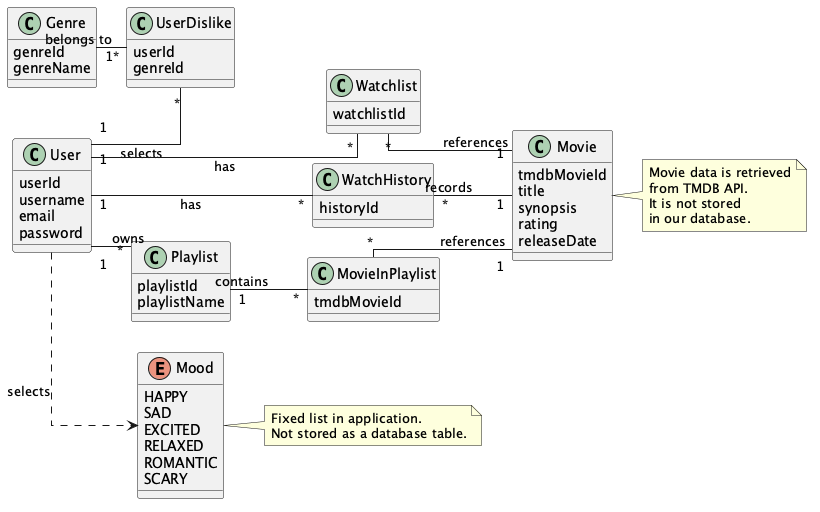
This is docs/diagrams/png/02_domain_model.png from YathichaC/movie-mood, a PlantUML export, as it was before one commit. Its diagram source:
```plantuml
@startuml DomainModel_MovieRecommendation

left to right direction

skinparam classAttributeIconSize 0
skinparam packageStyle rectangle
skinparam linetype ortho
skinparam nodesep 30
skinparam ranksep 30

class User {
    userId
    username
    email
    password
}

class Genre {
    genreId
    genreName
}

class UserDislike {
    userId
    genreId
}

class Movie {
    tmdbMovieId
    title
    synopsis
    rating
    releaseDate
}

class Watchlist {
    watchlistId
}

class WatchHistory {
    historyId
}

class Playlist {
    playlistId
    playlistName
}

class MovieInPlaylist {
    tmdbMovieId
}

enum Mood {
    HAPPY
    SAD
    EXCITED
    RELAXED
    ROMANTIC
    SCARY
}

User "1" -- "*" UserDislike : selects
Genre "1" -- "*" UserDislike : belongs to

User "1" -- "*" Watchlist : has
Watchlist "*" -- "1" Movie : references

User "1" -- "*" WatchHistory : has
WatchHistory "*" -- "1" Movie : records

User "1" -- "*" Playlist : owns
Playlist "1" -- "*" MovieInPlaylist : contains
MovieInPlaylist "*" -- "1" Movie : references

User ..> Mood : selects

note right of Movie
    Movie data is retrieved
    from TMDB API.
    It is not stored
    in our database.
end note

note right of Mood
    Fixed list in application.
    Not stored as a database table.
end note

@enduml
```
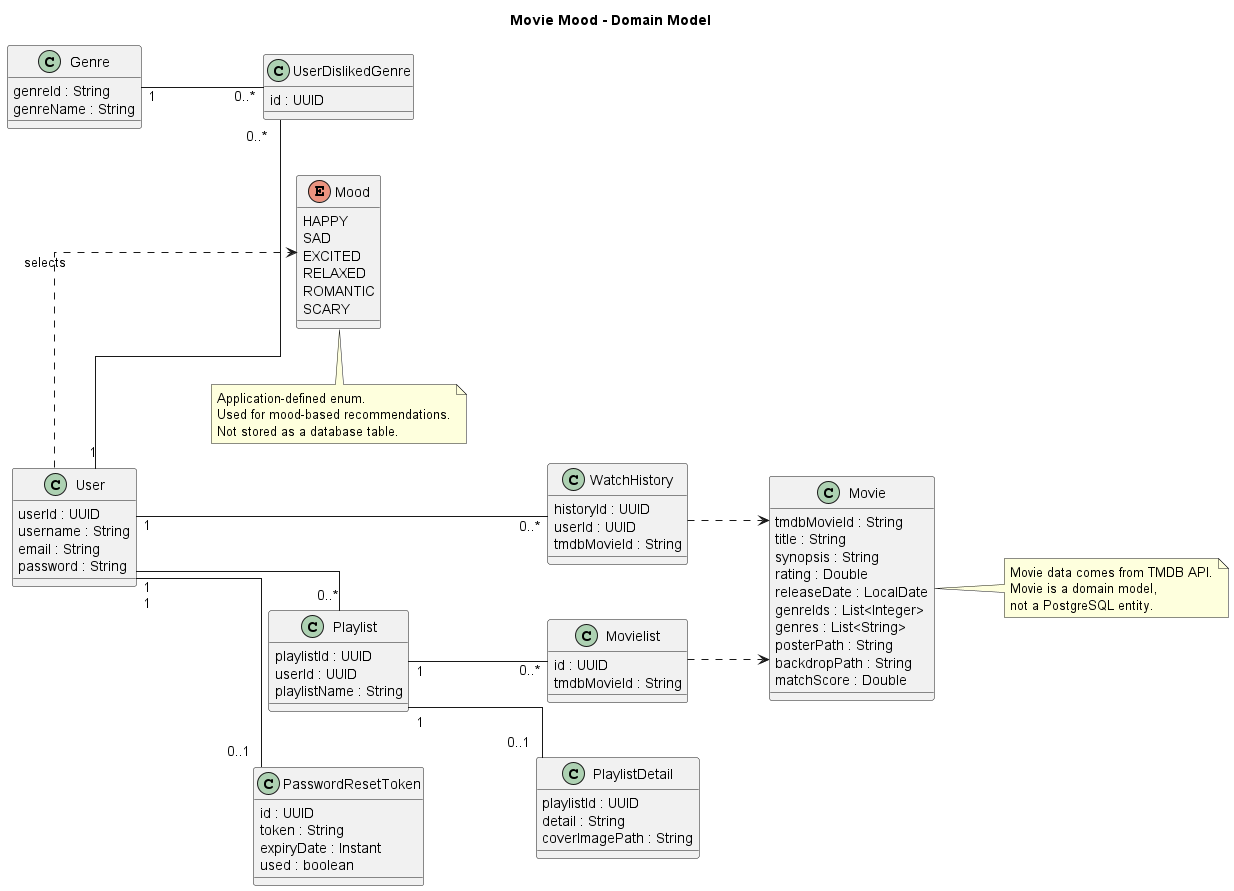
After the commit.

The edit, as a diff of the source:
```diff
@@ -1,89 +1,122 @@
-@startuml DomainModel_MovieRecommendation
+@startuml
+title Movie Mood - Domain Model
 
 left to right direction
 
+skinparam linetype ortho
 skinparam classAttributeIconSize 0
-skinparam packageStyle rectangle
-skinparam linetype ortho
-skinparam nodesep 30
-skinparam ranksep 30
+skinparam shadowing false
+skinparam nodesep 55
+skinparam ranksep 70
+
 
 class User {
-    userId
-    username
-    email
-    password
+  userId : UUID
+  username : String
+  email : String
+  password : String
 }
 
+
 class Genre {
-    genreId
-    genreName
+  genreId : String
+  genreName : String
 }
 
-class UserDislike {
-    userId
-    genreId
+
+class UserDislikedGenre {
+  id : UUID
 }
 
-class Movie {
-    tmdbMovieId
-    title
-    synopsis
-    rating
-    releaseDate
+
+class WatchHistory {
+  historyId : UUID
+  userId : UUID
+  tmdbMovieId : String
 }
 
-class Watchlist {
-    watchlistId
+
+class Playlist {
+  playlistId : UUID
+  userId : UUID
+  playlistName : String
 }
 
-class WatchHistory {
-    historyId
+
+class Movielist {
+  id : UUID
+  tmdbMovieId : String
 }
 
-class Playlist {
-    playlistId
-    playlistName
+
+class PlaylistDetail {
+  playlistId : UUID
+  detail : String
+  coverImagePath : String
 }
 
-class MovieInPlaylist {
-    tmdbMovieId
+
+class PasswordResetToken {
+  id : UUID
+  token : String
+  expiryDate : Instant
+  used : boolean
 }
 
-enum Mood {
-    HAPPY
-    SAD
-    EXCITED
-    RELAXED
-    ROMANTIC
-    SCARY
+
+class Movie {
+  tmdbMovieId : String
+  title : String
+  synopsis : String
+  rating : Double
+  releaseDate : LocalDate
+  genreIds : List<Integer>
+  genres : List<String>
+  posterPath : String
+  backdropPath : String
+  matchScore : Double
 }
 
-User "1" -- "*" UserDislike : selects
-Genre "1" -- "*" UserDislike : belongs to
 
-User "1" -- "*" Watchlist : has
-Watchlist "*" -- "1" Movie : references
+enum Mood {
+  HAPPY
+  SAD
+  EXCITED
+  RELAXED
+  ROMANTIC
+  SCARY
+}
 
-User "1" -- "*" WatchHistory : has
-WatchHistory "*" -- "1" Movie : records
 
-User "1" -- "*" Playlist : owns
-Playlist "1" -- "*" MovieInPlaylist : contains
-MovieInPlaylist "*" -- "1" Movie : references
+User "1" -- "0..*" UserDislikedGenre
+Genre "1" -- "0..*" UserDislikedGenre
+
+User "1" -- "0..*" WatchHistory
+
+User "1" -- "0..*" Playlist
+
+Playlist "1" -- "0..*" Movielist
+
+Playlist "1" -- "0..1" PlaylistDetail
+
+User "1" -- "0..1" PasswordResetToken
+
+WatchHistory ..> Movie
+Movielist ..> Movie
 
 User ..> Mood : selects
 
+
 note right of Movie
-    Movie data is retrieved
-    from TMDB API.
-    It is not stored
-    in our database.
+  Movie data comes from TMDB API.
+  Movie is a domain model,
+  not a PostgreSQL entity.
 end note
 
-note right of Mood
-    Fixed list in application.
-    Not stored as a database table.
+note bottom of Mood
+  Application-defined enum.
+  Used for mood-based recommendations.
+  Not stored as a database table.
 end note
 
 @enduml
```
